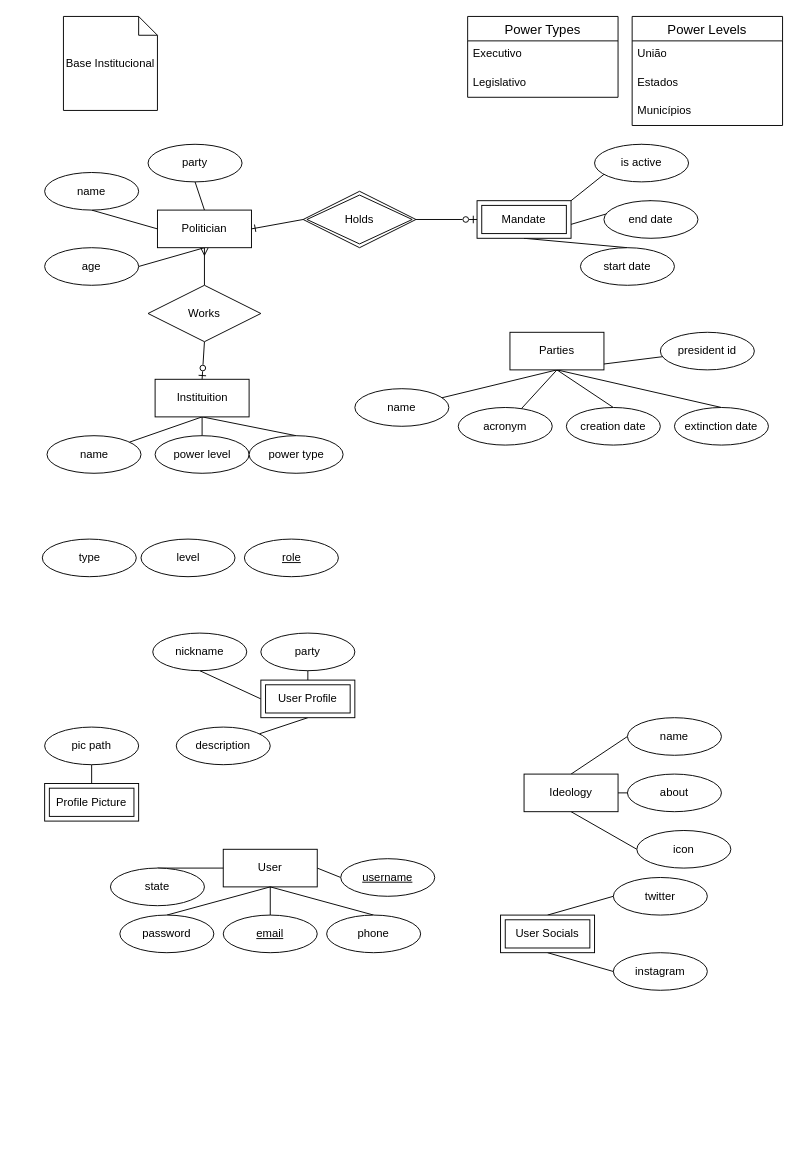
Before: polelo.drawio in lik3as/polELO-django, a draw.io diagram. Source tidied: cells renumbered, new cells numbered last; positions are measured from the earlier drawing's top-left corner, leaving out a move shared by most shapes. Both pictures are drawn from the tidied source at 94%, with x=0, y=0 at pixel (41, 16).
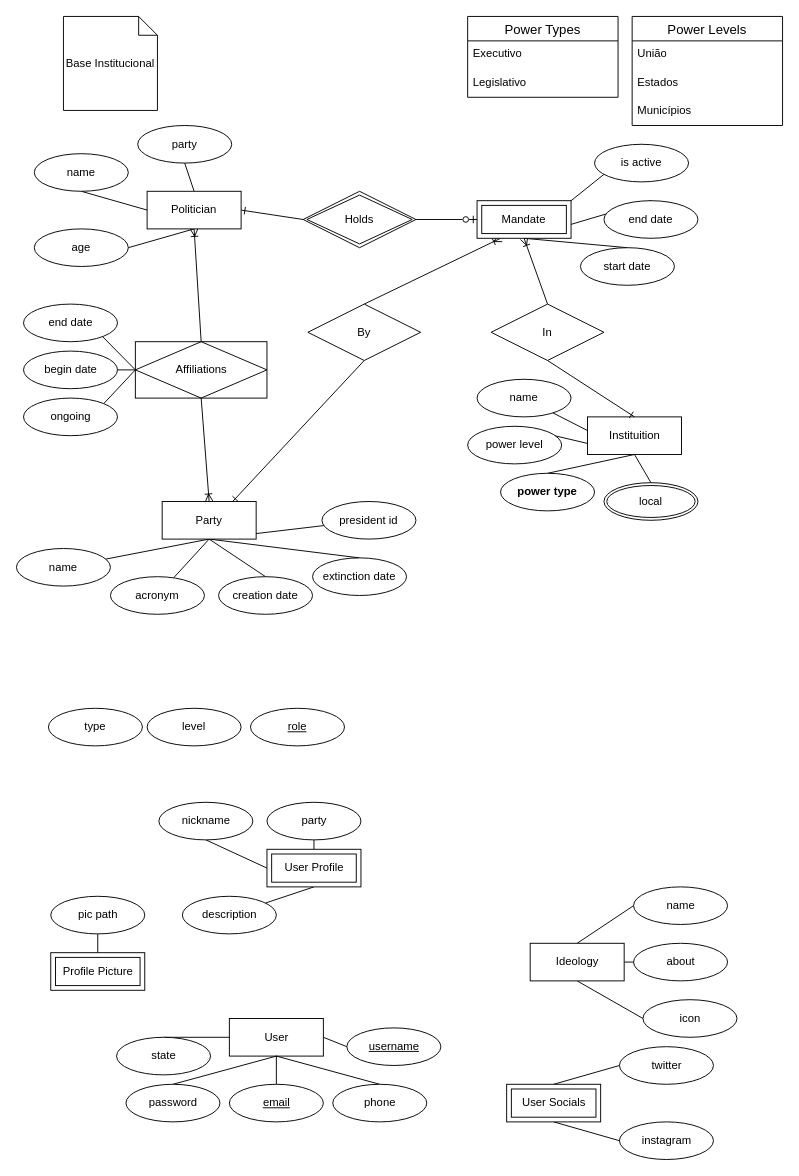
The same page after the edit.

Unchanged cells that the change refers to:
```xml
<mxCell id="79" value="Mandate" style="shape=ext;margin=3;double=1;whiteSpace=wrap;html=1;align=center;" parent="1" vertex="1">
  <mxGeometry x="463" y="196" width="100" height="40" as="geometry" />
</mxCell>
```

What changed in the source:
```diff
@@
-    <mxCell id="6" style="rounded=0;jettySize=auto;html=1;exitX=0.5;exitY=1;exitDx=0;exitDy=0;entryX=0.5;entryY=0;entryDx=0;entryDy=0;endArrow=none;endFill=0;flowAnimation=1;startArrow=ERmany;startFill=0;" parent="1" edge="1" source="7" target="83">
-      <mxGeometry relative="1" as="geometry" />
-    </mxCell>
+    <mxCell id="84" style="rounded=0;jettySize=auto;html=1;exitX=0.5;exitY=1;exitDx=0;exitDy=0;entryX=0.5;entryY=0;entryDx=0;entryDy=0;endArrow=none;endFill=0;flowAnimation=1;startArrow=ERoneToMany;startFill=0;" parent="1" edge="1" source="7" target="95">
+      <mxGeometry relative="1" as="geometry" />
+    </mxCell>
     <mxCell id="7" value="Politician" style="whiteSpace=wrap;html=1;align=center;" parent="1" vertex="1">
-      <mxGeometry x="123" y="206" width="100" height="40" as="geometry" />
+      <mxGeometry x="112" y="186" width="100" height="40" as="geometry" />
     </mxCell>
@@
     <mxCell id="9" value="User" style="whiteSpace=wrap;html=1;align=center;" parent="1" vertex="1">
-      <mxGeometry x="193" y="886" width="100" height="40" as="geometry" />
+      <mxGeometry x="199.5" y="1066" width="100" height="40" as="geometry" />
     </mxCell>
@@
     <mxCell id="12" value="password" style="ellipse;whiteSpace=wrap;html=1;align=center;" parent="1" vertex="1">
-      <mxGeometry x="83" y="956" width="100" height="40" as="geometry" />
+      <mxGeometry x="89.5" y="1136" width="100" height="40" as="geometry" />
     </mxCell>
@@
     <mxCell id="14" value="email" style="ellipse;whiteSpace=wrap;html=1;align=center;fontStyle=4;" parent="1" vertex="1">
-      <mxGeometry x="193" y="956" width="100" height="40" as="geometry" />
+      <mxGeometry x="199.5" y="1136" width="100" height="40" as="geometry" />
     </mxCell>
@@
     <mxCell id="16" value="phone" style="ellipse;whiteSpace=wrap;html=1;align=center;" parent="1" vertex="1">
-      <mxGeometry x="303" y="956" width="100" height="40" as="geometry" />
+      <mxGeometry x="309.5" y="1136" width="100" height="40" as="geometry" />
     </mxCell>
@@
     <mxCell id="18" value="twitter" style="ellipse;whiteSpace=wrap;html=1;align=center;" parent="1" vertex="1">
-      <mxGeometry x="608" y="916" width="100" height="40" as="geometry" />
+      <mxGeometry x="614.5" y="1096" width="100" height="40" as="geometry" />
     </mxCell>
     <mxCell id="19" value="instagram" style="ellipse;whiteSpace=wrap;html=1;align=center;" parent="1" vertex="1">
-      <mxGeometry x="608" y="996" width="100" height="40" as="geometry" />
+      <mxGeometry x="614.5" y="1176" width="100" height="40" as="geometry" />
     </mxCell>
@@
     <mxCell id="21" value="User Socials" style="shape=ext;margin=3;double=1;whiteSpace=wrap;html=1;align=center;" parent="1" vertex="1">
-      <mxGeometry x="488" y="956" width="100" height="40" as="geometry" />
+      <mxGeometry x="494.5" y="1136" width="100" height="40" as="geometry" />
     </mxCell>
@@
     <mxCell id="23" value="state" style="ellipse;whiteSpace=wrap;html=1;align=center;" parent="1" vertex="1">
-      <mxGeometry x="73" y="906" width="100" height="40" as="geometry" />
+      <mxGeometry x="79.5" y="1086" width="100" height="40" as="geometry" />
     </mxCell>
     <mxCell id="24" value="nickname" style="ellipse;whiteSpace=wrap;html=1;align=center;" parent="1" vertex="1">
-      <mxGeometry x="118" y="656" width="100" height="40" as="geometry" />
+      <mxGeometry x="124.5" y="836" width="100" height="40" as="geometry" />
     </mxCell>
     <mxCell id="25" value="username" style="ellipse;whiteSpace=wrap;html=1;align=center;fontStyle=4;" parent="1" vertex="1">
-      <mxGeometry x="318" y="896" width="100" height="40" as="geometry" />
+      <mxGeometry x="324.5" y="1076" width="100" height="40" as="geometry" />
     </mxCell>
@@
     <mxCell id="28" value="User Profile" style="shape=ext;margin=3;double=1;whiteSpace=wrap;html=1;align=center;" parent="1" vertex="1">
-      <mxGeometry x="233" y="706" width="100" height="40" as="geometry" />
+      <mxGeometry x="239.5" y="886" width="100" height="40" as="geometry" />
     </mxCell>
@@
     <mxCell id="30" value="Profile Picture" style="shape=ext;margin=3;double=1;whiteSpace=wrap;html=1;align=center;" parent="1" vertex="1">
-      <mxGeometry x="3" y="816" width="100" height="40" as="geometry" />
+      <mxGeometry x="9.5" y="996" width="100" height="40" as="geometry" />
     </mxCell>
     <mxCell id="31" value="party" style="ellipse;whiteSpace=wrap;html=1;align=center;" parent="1" vertex="1">
-      <mxGeometry x="233" y="656" width="100" height="40" as="geometry" />
+      <mxGeometry x="239.5" y="836" width="100" height="40" as="geometry" />
     </mxCell>
     <mxCell id="32" value="description" style="ellipse;whiteSpace=wrap;html=1;align=center;" parent="1" vertex="1">
-      <mxGeometry x="143" y="756" width="100" height="40" as="geometry" />
+      <mxGeometry x="149.5" y="936" width="100" height="40" as="geometry" />
     </mxCell>
@@
     <mxCell id="36" value="&lt;div&gt;Ideology&lt;/div&gt;" style="whiteSpace=wrap;html=1;align=center;" parent="1" vertex="1">
-      <mxGeometry x="513" y="806" width="100" height="40" as="geometry" />
+      <mxGeometry x="519.5" y="986" width="100" height="40" as="geometry" />
     </mxCell>
     <mxCell id="37" value="name" style="ellipse;whiteSpace=wrap;html=1;align=center;" parent="1" vertex="1">
-      <mxGeometry x="623" y="746" width="100" height="40" as="geometry" />
+      <mxGeometry x="629.5" y="926" width="100" height="40" as="geometry" />
     </mxCell>
     <mxCell id="38" value="about" style="ellipse;whiteSpace=wrap;html=1;align=center;" parent="1" vertex="1">
-      <mxGeometry x="623" y="806" width="100" height="40" as="geometry" />
+      <mxGeometry x="629.5" y="986" width="100" height="40" as="geometry" />
     </mxCell>
     <mxCell id="39" value="icon" style="ellipse;whiteSpace=wrap;html=1;align=center;" parent="1" vertex="1">
-      <mxGeometry x="633" y="866" width="100" height="40" as="geometry" />
+      <mxGeometry x="639.5" y="1046" width="100" height="40" as="geometry" />
     </mxCell>
     <mxCell id="40" value="pic path" style="ellipse;whiteSpace=wrap;html=1;align=center;" parent="1" vertex="1">
-      <mxGeometry x="3" y="756" width="100" height="40" as="geometry" />
+      <mxGeometry x="9.5" y="936" width="100" height="40" as="geometry" />
     </mxCell>
     <mxCell id="41" value="party" style="ellipse;whiteSpace=wrap;html=1;align=center;" parent="1" vertex="1">
-      <mxGeometry x="113" y="136" width="100" height="40" as="geometry" />
+      <mxGeometry x="102" y="116" width="100" height="40" as="geometry" />
     </mxCell>
     <mxCell id="42" value="name" style="ellipse;whiteSpace=wrap;html=1;align=center;" parent="1" vertex="1">
-      <mxGeometry x="3" y="166" width="100" height="40" as="geometry" />
+      <mxGeometry x="-8" y="146" width="100" height="40" as="geometry" />
     </mxCell>
     <mxCell id="43" value="age" style="ellipse;whiteSpace=wrap;html=1;align=center;" parent="1" vertex="1">
-      <mxGeometry x="3" y="246" width="100" height="40" as="geometry" />
+      <mxGeometry x="-8" y="226" width="100" height="40" as="geometry" />
     </mxCell>
@@
-    <mxCell id="49" value="Parties" style="whiteSpace=wrap;html=1;align=center;" parent="1" vertex="1">
-      <mxGeometry x="498" y="336" width="100" height="40" as="geometry" />
+    <mxCell id="49" value="Party" style="whiteSpace=wrap;html=1;align=center;" parent="1" vertex="1">
+      <mxGeometry x="128" y="516" width="100" height="40" as="geometry" />
     </mxCell>
@@
+    <mxCell id="85" style="rounded=0;jettySize=auto;html=1;exitX=0.5;exitY=1;exitDx=0;exitDy=0;entryX=0.5;entryY=0;entryDx=0;entryDy=0;endArrow=none;endFill=0;" parent="1" edge="1" source="62" target="88">
+      <mxGeometry relative="1" as="geometry" />
+    </mxCell>
     <mxCell id="62" value="Instituition" style="whiteSpace=wrap;html=1;align=center;" parent="1" vertex="1">
-      <mxGeometry x="120.5" y="386" width="100" height="40" as="geometry" />
+      <mxGeometry x="580.5" y="426" width="100" height="40" as="geometry" />
     </mxCell>
     <mxCell id="63" value="name" style="ellipse;whiteSpace=wrap;html=1;align=center;" parent="1" vertex="1">
-      <mxGeometry x="5.5" y="446" width="100" height="40" as="geometry" />
+      <mxGeometry x="463" y="386" width="100" height="40" as="geometry" />
     </mxCell>
     <mxCell id="64" value="power level" style="ellipse;whiteSpace=wrap;html=1;align=center;" parent="1" vertex="1">
-      <mxGeometry x="120.5" y="446" width="100" height="40" as="geometry" />
+      <mxGeometry x="453" y="436" width="100" height="40" as="geometry" />
     </mxCell>
-    <mxCell id="65" value="power type" style="ellipse;whiteSpace=wrap;html=1;align=center;" parent="1" vertex="1">
-      <mxGeometry x="220.5" y="446" width="100" height="40" as="geometry" />
+    <mxCell id="65" value="power type" style="ellipse;whiteSpace=wrap;html=1;align=center;fontStyle=1;" parent="1" vertex="1">
+      <mxGeometry x="488" y="486" width="100" height="40" as="geometry" />
     </mxCell>
@@
     <mxCell id="70" value="type" style="ellipse;whiteSpace=wrap;html=1;align=center;" parent="1" vertex="1">
-      <mxGeometry x="0.5" y="556" width="100" height="40" as="geometry" />
+      <mxGeometry x="7" y="736" width="100" height="40" as="geometry" />
     </mxCell>
     <mxCell id="71" value="level" style="ellipse;whiteSpace=wrap;html=1;align=center;" parent="1" vertex="1">
-      <mxGeometry x="105.5" y="556" width="100" height="40" as="geometry" />
+      <mxGeometry x="112" y="736" width="100" height="40" as="geometry" />
     </mxCell>
     <mxCell id="72" value="name" style="ellipse;whiteSpace=wrap;html=1;align=center;" parent="1" vertex="1">
-      <mxGeometry x="333" y="396" width="100" height="40" as="geometry" />
+      <mxGeometry x="-27" y="566" width="100" height="40" as="geometry" />
     </mxCell>
     <mxCell id="73" value="acronym" style="ellipse;whiteSpace=wrap;html=1;align=center;" parent="1" vertex="1">
-      <mxGeometry x="443" y="416" width="100" height="40" as="geometry" />
+      <mxGeometry x="73" y="596" width="100" height="40" as="geometry" />
     </mxCell>
     <mxCell id="74" value="creation date" style="ellipse;whiteSpace=wrap;html=1;align=center;" parent="1" vertex="1">
-      <mxGeometry x="558" y="416" width="100" height="40" as="geometry" />
+      <mxGeometry x="188" y="596" width="100" height="40" as="geometry" />
     </mxCell>
     <mxCell id="75" value="extinction date" style="ellipse;whiteSpace=wrap;html=1;align=center;" parent="1" vertex="1">
-      <mxGeometry x="673" y="416" width="100" height="40" as="geometry" />
+      <mxGeometry x="288" y="576" width="100" height="40" as="geometry" />
     </mxCell>
     <mxCell id="76" value="president id" style="ellipse;whiteSpace=wrap;html=1;align=center;" parent="1" vertex="1">
-      <mxGeometry x="658" y="336" width="100" height="40" as="geometry" />
+      <mxGeometry x="298" y="516" width="100" height="40" as="geometry" />
     </mxCell>
     <mxCell id="77" value="role" style="ellipse;whiteSpace=wrap;html=1;align=center;fontStyle=4;" parent="1" vertex="1">
-      <mxGeometry x="215.5" y="556" width="100" height="40" as="geometry" />
+      <mxGeometry x="222" y="736" width="100" height="40" as="geometry" />
     </mxCell>
@@
+    <mxCell id="86" style="rounded=0;jettySize=auto;html=1;exitX=0.5;exitY=1;exitDx=0;exitDy=0;entryX=0.5;entryY=0;entryDx=0;entryDy=0;startArrow=ERoneToMany;startFill=0;endArrow=none;endFill=0;flowAnimation=1;" parent="1" edge="1" source="79" target="83">
+      <mxGeometry relative="1" as="geometry" />
+    </mxCell>
+    <mxCell id="87" style="rounded=0;jettySize=auto;html=1;exitX=0.25;exitY=1;exitDx=0;exitDy=0;entryX=0.5;entryY=0;entryDx=0;entryDy=0;endArrow=none;endFill=0;flowAnimation=1;startArrow=ERoneToMany;startFill=0;" parent="1" edge="1" source="79" target="90">
+      <mxGeometry relative="1" as="geometry" />
+    </mxCell>
@@
-    <mxCell id="82" style="rounded=0;jettySize=auto;html=1;exitX=0.5;exitY=1;exitDx=0;exitDy=0;entryX=0.5;entryY=0;entryDx=0;entryDy=0;endArrow=ERzeroToOne;endFill=0;flowAnimation=1;" parent="1" edge="1" source="83" target="62">
+    <mxCell id="82" style="rounded=0;jettySize=auto;html=1;exitX=0.5;exitY=1;exitDx=0;exitDy=0;entryX=0.5;entryY=0;entryDx=0;entryDy=0;endArrow=ERone;endFill=0;flowAnimation=1;" parent="1" edge="1" source="83" target="62">
       <mxGeometry relative="1" as="geometry" />
     </mxCell>
-    <mxCell id="83" value="Works" style="shape=rhombus;perimeter=rhombusPerimeter;whiteSpace=wrap;html=1;align=center;" parent="1" vertex="1">
-      <mxGeometry x="113" y="286" width="120" height="60" as="geometry" />
+    <mxCell id="83" value="In" style="shape=rhombus;perimeter=rhombusPerimeter;whiteSpace=wrap;html=1;align=center;" parent="1" vertex="1">
+      <mxGeometry x="478" y="306" width="120" height="60" as="geometry" />
     </mxCell>
+    <mxCell id="88" value="local" style="ellipse;shape=doubleEllipse;margin=3;whiteSpace=wrap;html=1;align=center;" parent="1" vertex="1">
+      <mxGeometry x="598" y="496" width="100" height="40" as="geometry" />
+    </mxCell>
+    <mxCell id="89" style="rounded=0;jettySize=auto;html=1;exitX=0.5;exitY=1;exitDx=0;exitDy=0;entryX=0.75;entryY=0;entryDx=0;entryDy=0;endArrow=ERone;endFill=0;flowAnimation=1;" parent="1" edge="1" source="90" target="49">
+      <mxGeometry relative="1" as="geometry" />
+    </mxCell>
+    <mxCell id="90" value="By" style="shape=rhombus;perimeter=rhombusPerimeter;whiteSpace=wrap;html=1;align=center;" parent="1" vertex="1">
+      <mxGeometry x="283" y="306" width="120" height="60" as="geometry" />
+    </mxCell>
+    <mxCell id="91" style="rounded=0;jettySize=auto;html=1;exitX=0.5;exitY=1;exitDx=0;exitDy=0;entryX=0.5;entryY=0;entryDx=0;entryDy=0;endArrow=ERoneToMany;endFill=0;flowAnimation=1;" parent="1" edge="1" source="95" target="49">
+      <mxGeometry relative="1" as="geometry" />
+    </mxCell>
+    <mxCell id="92" style="rounded=0;jettySize=auto;html=1;exitX=0;exitY=0.5;exitDx=0;exitDy=0;entryX=1;entryY=0;entryDx=0;entryDy=0;endArrow=none;endFill=0;" parent="1" edge="1" source="95" target="96">
+      <mxGeometry relative="1" as="geometry" />
+    </mxCell>
+    <mxCell id="93" style="rounded=0;jettySize=auto;html=1;exitX=0;exitY=0.5;exitDx=0;exitDy=0;entryX=1;entryY=0.5;entryDx=0;entryDy=0;endArrow=none;endFill=0;" parent="1" edge="1" source="95" target="97">
+      <mxGeometry relative="1" as="geometry" />
+    </mxCell>
+    <mxCell id="94" style="rounded=0;jettySize=auto;html=1;exitX=0;exitY=0.5;exitDx=0;exitDy=0;entryX=0.5;entryY=0;entryDx=0;entryDy=0;endArrow=none;endFill=0;" parent="1" edge="1" source="95" target="98">
+      <mxGeometry relative="1" as="geometry" />
+    </mxCell>
+    <mxCell id="95" value="Affiliations" style="shape=associativeEntity;whiteSpace=wrap;html=1;align=center;" parent="1" vertex="1">
+      <mxGeometry x="99.5" y="346" width="140" height="60" as="geometry" />
+    </mxCell>
+    <mxCell id="96" value="ongoing" style="ellipse;whiteSpace=wrap;html=1;align=center;" parent="1" vertex="1">
+      <mxGeometry x="-19.5" y="406" width="100" height="40" as="geometry" />
+    </mxCell>
+    <mxCell id="97" value="begin date" style="ellipse;whiteSpace=wrap;html=1;align=center;" parent="1" vertex="1">
+      <mxGeometry x="-19.5" y="356" width="100" height="40" as="geometry" />
+    </mxCell>
+    <mxCell id="98" value="end date" style="ellipse;whiteSpace=wrap;html=1;align=center;" parent="1" vertex="1">
+      <mxGeometry x="-19.5" y="306" width="100" height="40" as="geometry" />
+    </mxCell>
```
